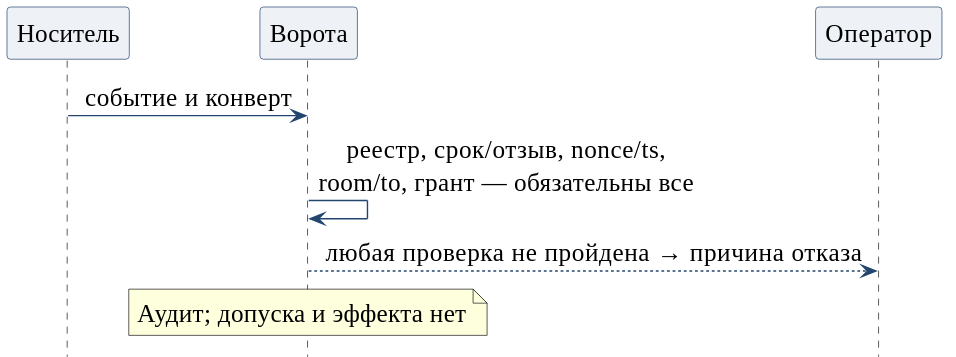
Earlier version of the PlantUML export editorial/notes/signing-auth/diagrams/failure-cases.svg (relux-works/swarma-docs). Its source is kept beside it as editorial/notes/signing-auth/src/failure-cases.puml.
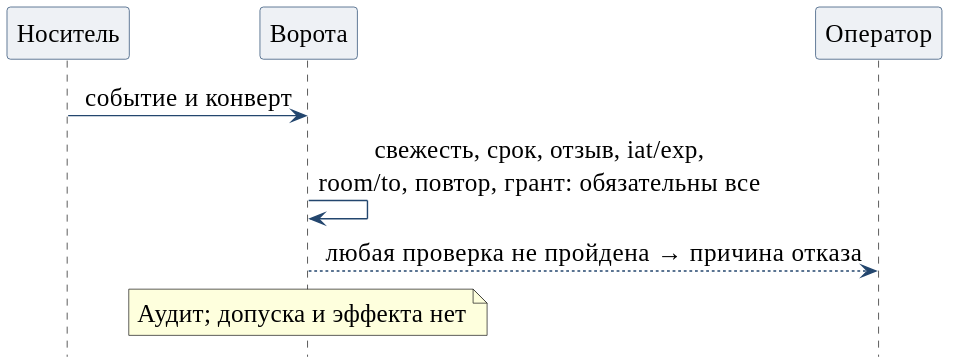
Above is the later version.

The edit, as a diff of the source:
```diff
@@ -11,7 +11,7 @@
 participant Ворота as gate
 participant Оператор as person
 carrier -> gate : событие и конверт
-gate -> gate : реестр, срок/отзыв, nonce/ts,\nroom/to, грант — обязательны все
+gate -> gate : свежесть, срок, отзыв, iat/exp,\nroom/to, повтор, грант: обязательны все
 gate --> person : любая проверка не пройдена → причина отказа
 note over gate : Аудит; допуска и эффекта нет
 @enduml
```
